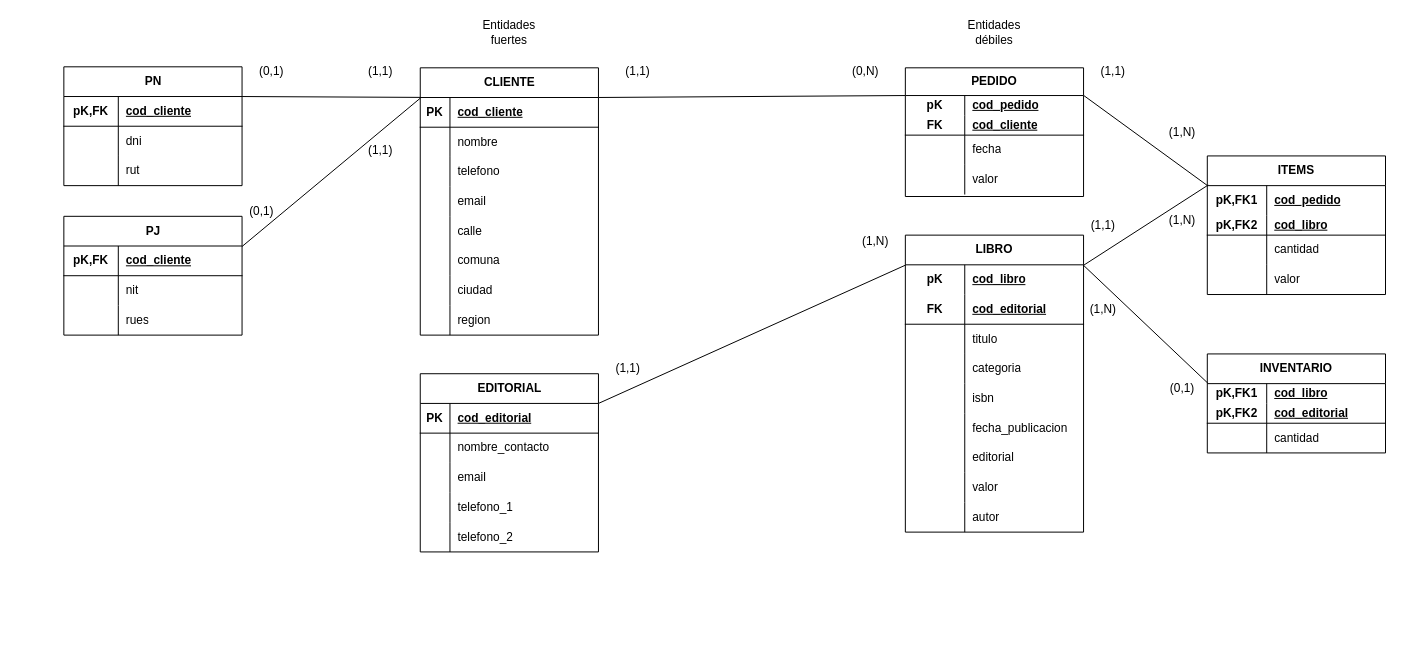
Before: page "Modelo Lógico" (2 of 2) of ClubDelLibro.drawio in ivazquez-07/database-modeller-excersises, a draw.io diagram. Source tidied: cells renumbered, new cells numbered last; positions are measured from the earlier drawing's top-left corner, leaving out a move shared by most shapes. Both pictures are drawn from the tidied source at 99%, with x=0, y=0 at pixel (63, 17).
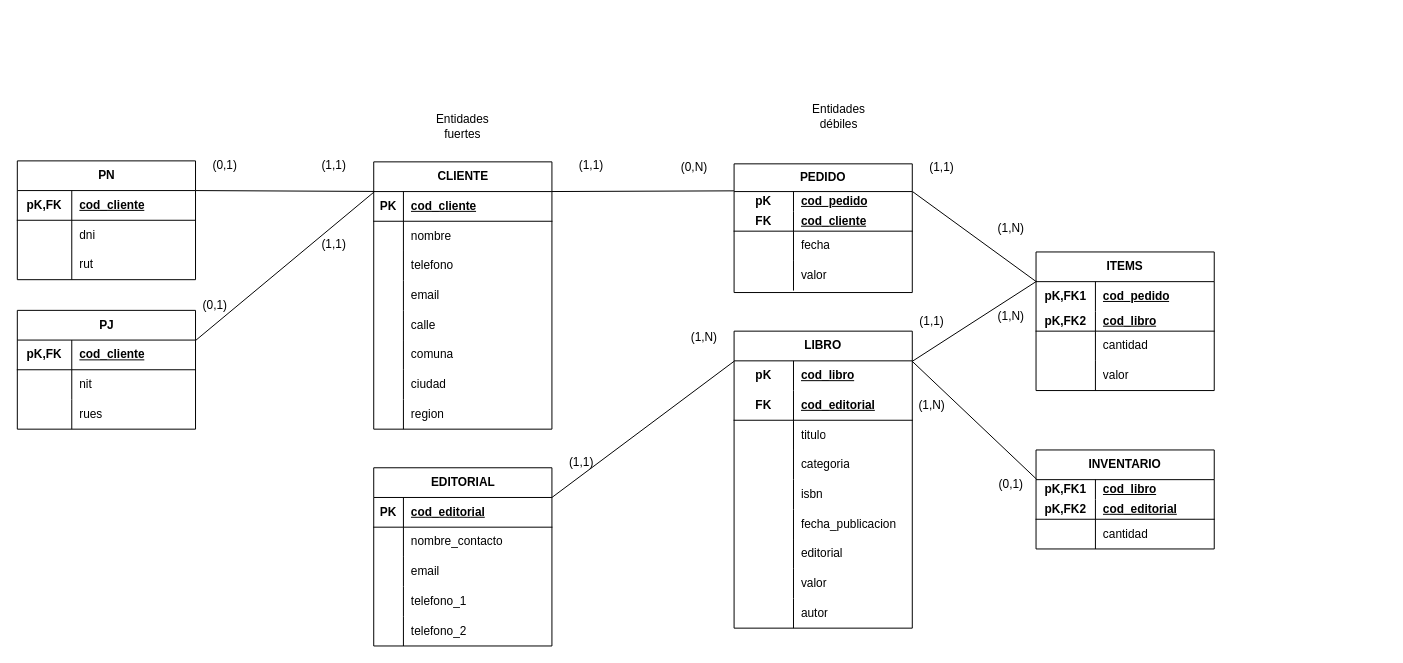
The same diagram, later.

The change refers to these unchanged cells:
```xml
<mxCell id="45" style="shape=tableRow;horizontal=0;startSize=0;swimlaneHead=0;swimlaneBody=0;fillColor=none;points=[[0,0.5],[1,0.5]];portConstraint=eastwest;top=0;left=0;right=0;bottom=0;html=1;" parent="44" vertex="1">
  <mxGeometry y="28" width="180" height="20" as="geometry" />
</mxCell>
```

The edit, as a diff of the source:
```diff
@@
     <mxCell id="2" value="CLIENTE" style="shape=table;startSize=30;childLayout=tableLayout;rowLines=0;fontStyle=1;align=center;html=1;" parent="1" vertex="1">
-      <mxGeometry x="360" y="51" width="180" height="270" as="geometry" />
+      <mxGeometry x="313" y="146" width="180" height="270" as="geometry" />
     </mxCell>
@@
     <mxCell id="27" value="Entidades fuertes" style="text;html=1;align=center;verticalAlign=middle;whiteSpace=wrap;rounded=0;" parent="1" vertex="1">
-      <mxGeometry x="420" width="60" height="30" as="geometry" />
+      <mxGeometry x="373" y="95" width="60" height="30" as="geometry" />
     </mxCell>
     <mxCell id="28" value="EDITORIAL" style="shape=table;startSize=30;childLayout=tableLayout;rowLines=0;fontStyle=1;align=center;html=1;" parent="1" vertex="1">
-      <mxGeometry x="360" y="360" width="180" height="180" as="geometry" />
+      <mxGeometry x="313" y="455" width="180" height="180" as="geometry" />
     </mxCell>
@@
     <mxCell id="44" value="PEDIDO" style="shape=table;startSize=28;childLayout=tableLayout;rowLines=0;fontStyle=1;align=center;html=1;whiteSpace=wrap;" parent="1" vertex="1">
-      <mxGeometry x="850" y="51" width="180" height="130" as="geometry" />
+      <mxGeometry x="677" y="148" width="180" height="130" as="geometry" />
     </mxCell>
@@
     <mxCell id="57" value="Entidades débiles" style="text;html=1;align=center;verticalAlign=middle;whiteSpace=wrap;rounded=0;" parent="1" vertex="1">
-      <mxGeometry x="910" width="60" height="30" as="geometry" />
+      <mxGeometry x="753" y="85" width="60" height="30" as="geometry" />
     </mxCell>
     <mxCell id="58" value="LIBRO" style="shape=table;startSize=30;childLayout=tableLayout;rowLines=0;fontStyle=1;align=center;html=1;whiteSpace=wrap;" parent="1" vertex="1">
-      <mxGeometry x="850" y="220" width="180" height="300" as="geometry" />
+      <mxGeometry x="677" y="317" width="180" height="300" as="geometry" />
     </mxCell>
@@
     <mxCell id="86" value="INVENTARIO" style="shape=table;startSize=30;childLayout=tableLayout;rowLines=0;fontStyle=1;align=center;html=1;whiteSpace=wrap;" parent="1" vertex="1">
-      <mxGeometry x="1155" y="340" width="180" height="100" as="geometry" />
+      <mxGeometry x="982" y="437" width="180" height="100" as="geometry" />
     </mxCell>
@@
     <mxCell id="96" value="ITEMS" style="shape=table;startSize=30;childLayout=tableLayout;rowLines=0;fontStyle=1;align=center;html=1;whiteSpace=wrap;" parent="1" vertex="1">
-      <mxGeometry x="1155" y="140" width="180" height="140" as="geometry" />
+      <mxGeometry x="982" y="237" width="180" height="140" as="geometry" />
     </mxCell>
@@
     <mxCell id="109" value="PN" style="shape=table;startSize=30;childLayout=tableLayout;rowLines=0;fontStyle=1;align=center;html=1;" parent="1" vertex="1">
-      <mxGeometry y="50" width="180" height="120" as="geometry" />
+      <mxGeometry x="-47" y="145" width="180" height="120" as="geometry" />
     </mxCell>
@@
     <mxCell id="119" value="PJ" style="shape=table;startSize=30;childLayout=tableLayout;rowLines=0;fontStyle=1;align=center;html=1;" parent="1" vertex="1">
-      <mxGeometry y="201" width="180" height="120" as="geometry" />
+      <mxGeometry x="-47" y="296" width="180" height="120" as="geometry" />
     </mxCell>
@@
-    <mxCell id="131" style="endArrow=none;html=1;rounded=0;exitX=1;exitY=0.111;exitDx=0;exitDy=0;exitPerimeter=0;" parent="1" edge="1" source="2">
-      <mxGeometry relative="1" as="geometry">
-        <mxPoint x="850" y="79" as="targetPoint" />
-      </mxGeometry>
+    <mxCell id="131" style="endArrow=none;html=1;rounded=0;exitX=1;exitY=0.111;exitDx=0;exitDy=0;exitPerimeter=0;entryX=-0.001;entryY=-0.036;entryDx=0;entryDy=0;entryPerimeter=0;" parent="1" edge="1" source="2" target="45">
+      <mxGeometry relative="1" as="geometry" />
     </mxCell>
     <mxCell id="132" style="endArrow=none;html=1;rounded=0;entryX=0.001;entryY=0.101;entryDx=0;entryDy=0;entryPerimeter=0;" parent="1" edge="1" target="58">
       <mxGeometry relative="1" as="geometry">
-        <mxPoint x="540" y="390" as="sourcePoint" />
+        <mxPoint x="493" y="485" as="sourcePoint" />
       </mxGeometry>
     </mxCell>
@@
     <mxCell id="136" value="(0,1)" style="text;html=1;align=center;verticalAlign=middle;whiteSpace=wrap;rounded=0;" parent="1" vertex="1">
-      <mxGeometry x="180" y="40" width="60" height="30" as="geometry" />
+      <mxGeometry x="133" y="135" width="60" height="30" as="geometry" />
     </mxCell>
     <mxCell id="137" value="(0,1)" style="text;html=1;align=center;verticalAlign=middle;whiteSpace=wrap;rounded=0;" parent="1" vertex="1">
-      <mxGeometry x="170" y="181" width="60" height="30" as="geometry" />
+      <mxGeometry x="123" y="276" width="60" height="30" as="geometry" />
     </mxCell>
     <mxCell id="138" value="(1,1)" style="text;html=1;align=center;verticalAlign=middle;whiteSpace=wrap;rounded=0;" parent="1" vertex="1">
-      <mxGeometry x="290" y="40" width="60" height="30" as="geometry" />
+      <mxGeometry x="243" y="135" width="60" height="30" as="geometry" />
     </mxCell>
     <mxCell id="139" value="(1,1)" style="text;html=1;align=center;verticalAlign=middle;whiteSpace=wrap;rounded=0;" parent="1" vertex="1">
-      <mxGeometry x="290" y="120" width="60" height="30" as="geometry" />
+      <mxGeometry x="243" y="215" width="60" height="30" as="geometry" />
     </mxCell>
     <mxCell id="140" value="(1,1)" style="text;html=1;align=center;verticalAlign=middle;whiteSpace=wrap;rounded=0;" parent="1" vertex="1">
-      <mxGeometry x="550" y="40" width="60" height="30" as="geometry" />
+      <mxGeometry x="503" y="135" width="60" height="30" as="geometry" />
     </mxCell>
     <mxCell id="141" value="(0,N)" style="text;html=1;align=center;verticalAlign=middle;whiteSpace=wrap;rounded=0;" parent="1" vertex="1">
-      <mxGeometry x="780" y="40" width="60" height="30" as="geometry" />
+      <mxGeometry x="607" y="137" width="60" height="30" as="geometry" />
     </mxCell>
     <mxCell id="142" value="(1,1)" style="text;html=1;align=center;verticalAlign=middle;whiteSpace=wrap;rounded=0;" parent="1" vertex="1">
-      <mxGeometry x="1030" y="40" width="60" height="30" as="geometry" />
+      <mxGeometry x="857" y="137" width="60" height="30" as="geometry" />
     </mxCell>
     <mxCell id="143" value="(1,N)" style="text;html=1;align=center;verticalAlign=middle;whiteSpace=wrap;rounded=0;" parent="1" vertex="1">
-      <mxGeometry x="1100" y="101" width="60" height="30" as="geometry" />
+      <mxGeometry x="927" y="198" width="60" height="30" as="geometry" />
     </mxCell>
     <mxCell id="144" value="(1,1)" style="text;html=1;align=center;verticalAlign=middle;whiteSpace=wrap;rounded=0;" parent="1" vertex="1">
-      <mxGeometry x="540" y="340" width="60" height="30" as="geometry" />
+      <mxGeometry x="493" y="435" width="60" height="30" as="geometry" />
     </mxCell>
     <mxCell id="145" value="(1,N)" style="text;html=1;align=center;verticalAlign=middle;whiteSpace=wrap;rounded=0;" parent="1" vertex="1">
-      <mxGeometry x="790" y="211" width="60" height="30" as="geometry" />
+      <mxGeometry x="617" y="308" width="60" height="30" as="geometry" />
     </mxCell>
     <mxCell id="146" value="(1,1)" style="text;html=1;align=center;verticalAlign=middle;whiteSpace=wrap;rounded=0;" parent="1" vertex="1">
-      <mxGeometry x="1020" y="195" width="60" height="30" as="geometry" />
+      <mxGeometry x="847" y="292" width="60" height="30" as="geometry" />
     </mxCell>
     <mxCell id="147" value="(1,N)" style="text;html=1;align=center;verticalAlign=middle;whiteSpace=wrap;rounded=0;" parent="1" vertex="1">
-      <mxGeometry x="1100" y="190" width="60" height="30" as="geometry" />
+      <mxGeometry x="927" y="287" width="60" height="30" as="geometry" />
     </mxCell>
     <mxCell id="148" value="(1,N)" style="text;html=1;align=center;verticalAlign=middle;whiteSpace=wrap;rounded=0;" parent="1" vertex="1">
-      <mxGeometry x="1020" y="280" width="60" height="30" as="geometry" />
+      <mxGeometry x="847" y="377" width="60" height="30" as="geometry" />
     </mxCell>
     <mxCell id="149" value="(0,1)" style="text;html=1;align=center;verticalAlign=middle;whiteSpace=wrap;rounded=0;" parent="1" vertex="1">
-      <mxGeometry x="1100" y="360" width="60" height="30" as="geometry" />
+      <mxGeometry x="927" y="457" width="60" height="30" as="geometry" />
     </mxCell>
```
